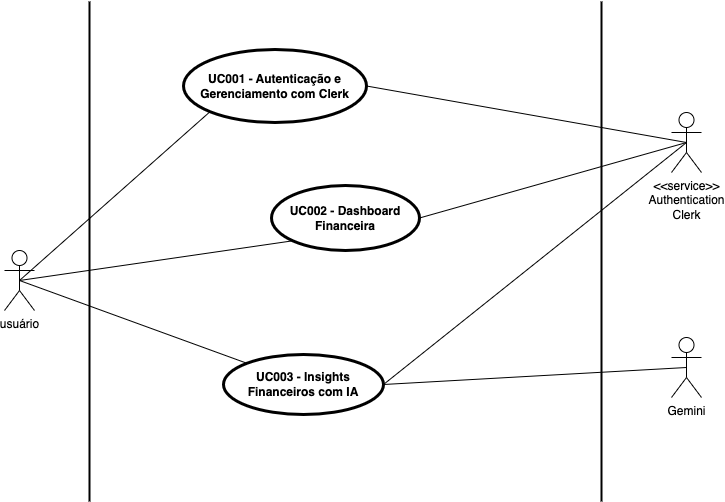
The draw.io diagram docs/uc_clerk_dashboard_gemini.png in GVBP/CatolicaSC-Portfolio, before a commit. Source tidied: cells renumbered, new cells last; positions are measured from the earlier drawing's top-left corner, leaving out a move shared by most shapes. Its diagram source:
```xml
<mxGraphModel>
  <root>
    <mxCell id="0" />
    <mxCell id="1" parent="0" />
    <mxCell id="2" style="rounded=0;jettySize=auto;html=1;exitX=0.5;exitY=0.5;exitDx=0;exitDy=0;exitPerimeter=0;entryX=0;entryY=1;entryDx=0;entryDy=0;endArrow=none;endFill=0;" parent="1" edge="1" source="4" target="11">
      <mxGeometry relative="1" as="geometry" />
    </mxCell>
    <mxCell id="3" style="rounded=0;jettySize=auto;html=1;exitX=0.5;exitY=0.5;exitDx=0;exitDy=0;exitPerimeter=0;entryX=0;entryY=1;entryDx=0;entryDy=0;endArrow=none;endFill=0;" parent="1" edge="1" source="4" target="12">
      <mxGeometry relative="1" as="geometry" />
    </mxCell>
    <mxCell id="4" value="usuário" style="shape=umlActor;html=1;verticalLabelPosition=bottom;verticalAlign=top;align=center;" parent="1" vertex="1">
      <mxGeometry y="249" width="30" height="60" as="geometry" />
    </mxCell>
    <mxCell id="5" style="rounded=0;jettySize=auto;html=1;exitX=0.5;exitY=0.5;exitDx=0;exitDy=0;exitPerimeter=0;entryX=1;entryY=0.5;entryDx=0;entryDy=0;endArrow=none;endFill=0;" parent="1" edge="1" source="8" target="11">
      <mxGeometry relative="1" as="geometry" />
    </mxCell>
    <mxCell id="6" style="rounded=0;jettySize=auto;html=1;exitX=0.5;exitY=0.5;exitDx=0;exitDy=0;exitPerimeter=0;entryX=1;entryY=0.5;entryDx=0;entryDy=0;endArrow=none;endFill=0;" parent="1" edge="1" source="8" target="13">
      <mxGeometry relative="1" as="geometry" />
    </mxCell>
    <mxCell id="7" style="rounded=0;jettySize=auto;html=1;exitX=0.5;exitY=0.5;exitDx=0;exitDy=0;exitPerimeter=0;entryX=1;entryY=0.5;entryDx=0;entryDy=0;endArrow=none;endFill=0;" parent="1" edge="1" source="8" target="12">
      <mxGeometry relative="1" as="geometry" />
    </mxCell>
    <mxCell id="8" value="&lt;div&gt;&amp;lt;&amp;lt;service&amp;gt;&amp;gt;&lt;/div&gt;&lt;div&gt;Authentication&lt;/div&gt;Clerk" style="shape=umlActor;html=1;verticalLabelPosition=bottom;verticalAlign=top;align=center;" parent="1" vertex="1">
      <mxGeometry x="667" y="111" width="30" height="60" as="geometry" />
    </mxCell>
    <mxCell id="9" style="line;strokeWidth=2;direction=south;html=1;" parent="1" vertex="1">
      <mxGeometry x="80" width="10" height="500" as="geometry" />
    </mxCell>
    <mxCell id="10" style="line;strokeWidth=2;direction=south;html=1;" parent="1" vertex="1">
      <mxGeometry x="592" width="10" height="500" as="geometry" />
    </mxCell>
    <mxCell id="11" value="UC001 - Autenticação e Gerenciamento com Clerk" style="shape=ellipse;html=1;strokeWidth=3;fontStyle=1;whiteSpace=wrap;align=center;perimeter=ellipsePerimeter;" parent="1" vertex="1">
      <mxGeometry x="179" y="48" width="183" height="73" as="geometry" />
    </mxCell>
    <mxCell id="12" value="UC002 - Dashboard Financeira" style="shape=ellipse;html=1;strokeWidth=3;fontStyle=1;whiteSpace=wrap;align=center;perimeter=ellipsePerimeter;" parent="1" vertex="1">
      <mxGeometry x="267" y="184" width="148" height="65" as="geometry" />
    </mxCell>
    <mxCell id="13" value="UC003 - Insights Financeiros com IA" style="shape=ellipse;html=1;strokeWidth=3;fontStyle=1;whiteSpace=wrap;align=center;perimeter=ellipsePerimeter;" parent="1" vertex="1">
      <mxGeometry x="219" y="353" width="160" height="60" as="geometry" />
    </mxCell>
    <mxCell id="14" style="rounded=0;jettySize=auto;html=1;exitX=0.5;exitY=0.5;exitDx=0;exitDy=0;exitPerimeter=0;entryX=0;entryY=0;entryDx=0;entryDy=0;endArrow=none;endFill=0;" parent="1" edge="1" source="4" target="13">
      <mxGeometry relative="1" as="geometry" />
    </mxCell>
    <mxCell id="15" style="rounded=0;jettySize=auto;html=1;exitX=0.5;exitY=0.5;exitDx=0;exitDy=0;exitPerimeter=0;entryX=1;entryY=0.5;entryDx=0;entryDy=0;endArrow=none;endFill=0;" parent="1" edge="1" source="16" target="13">
      <mxGeometry relative="1" as="geometry" />
    </mxCell>
    <mxCell id="16" value="Gemini" style="shape=umlActor;html=1;verticalLabelPosition=bottom;verticalAlign=top;align=center;" parent="1" vertex="1">
      <mxGeometry x="667" y="336" width="30" height="60" as="geometry" />
    </mxCell>
  </root>
</mxGraphModel>
```
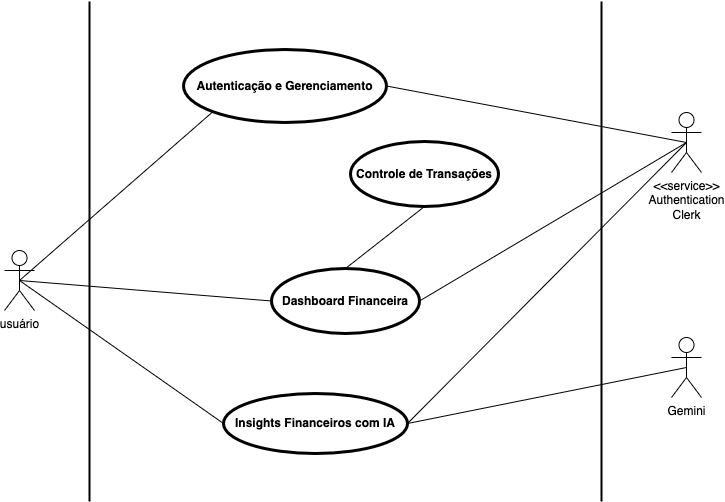
After the change.

The edit, as a diff of the source:
```diff
@@ -5,7 +5,7 @@
     <mxCell id="2" style="rounded=0;jettySize=auto;html=1;exitX=0.5;exitY=0.5;exitDx=0;exitDy=0;exitPerimeter=0;entryX=0;entryY=1;entryDx=0;entryDy=0;endArrow=none;endFill=0;" parent="1" edge="1" source="4" target="11">
       <mxGeometry relative="1" as="geometry" />
     </mxCell>
-    <mxCell id="3" style="rounded=0;jettySize=auto;html=1;exitX=0.5;exitY=0.5;exitDx=0;exitDy=0;exitPerimeter=0;entryX=0;entryY=1;entryDx=0;entryDy=0;endArrow=none;endFill=0;" parent="1" edge="1" source="4" target="12">
+    <mxCell id="3" style="rounded=0;jettySize=auto;html=1;exitX=0.5;exitY=0.5;exitDx=0;exitDy=0;exitPerimeter=0;entryX=0;entryY=0.5;entryDx=0;entryDy=0;endArrow=none;endFill=0;" parent="1" edge="1" source="4" target="12">
       <mxGeometry relative="1" as="geometry" />
     </mxCell>
     <mxCell id="4" value="usuário" style="shape=umlActor;html=1;verticalLabelPosition=bottom;verticalAlign=top;align=center;" parent="1" vertex="1">
@@ -29,16 +29,19 @@
     <mxCell id="10" style="line;strokeWidth=2;direction=south;html=1;" parent="1" vertex="1">
       <mxGeometry x="592" width="10" height="500" as="geometry" />
     </mxCell>
-    <mxCell id="11" value="UC001 - Autenticação e Gerenciamento com Clerk" style="shape=ellipse;html=1;strokeWidth=3;fontStyle=1;whiteSpace=wrap;align=center;perimeter=ellipsePerimeter;" parent="1" vertex="1">
-      <mxGeometry x="179" y="48" width="183" height="73" as="geometry" />
+    <mxCell id="11" value="Autenticação e Gerenciamento" style="shape=ellipse;html=1;strokeWidth=3;fontStyle=1;whiteSpace=wrap;align=center;perimeter=ellipsePerimeter;" parent="1" vertex="1">
+      <mxGeometry x="179" y="48" width="203" height="73" as="geometry" />
     </mxCell>
+    <mxCell id="17" style="rounded=0;jettySize=auto;html=1;exitX=0.5;exitY=0;exitDx=0;exitDy=0;entryX=0.5;entryY=1;entryDx=0;entryDy=0;endArrow=none;endFill=0;" parent="1" edge="1" source="12" target="18">
+      <mxGeometry relative="1" as="geometry" />
+    </mxCell>
-    <mxCell id="12" value="UC002 - Dashboard Financeira" style="shape=ellipse;html=1;strokeWidth=3;fontStyle=1;whiteSpace=wrap;align=center;perimeter=ellipsePerimeter;" parent="1" vertex="1">
-      <mxGeometry x="267" y="184" width="148" height="65" as="geometry" />
+    <mxCell id="12" value="Dashboard Financeira" style="shape=ellipse;html=1;strokeWidth=3;fontStyle=1;whiteSpace=wrap;align=center;perimeter=ellipsePerimeter;" parent="1" vertex="1">
+      <mxGeometry x="267" y="267" width="148" height="65" as="geometry" />
     </mxCell>
-    <mxCell id="13" value="UC003 - Insights Financeiros com IA" style="shape=ellipse;html=1;strokeWidth=3;fontStyle=1;whiteSpace=wrap;align=center;perimeter=ellipsePerimeter;" parent="1" vertex="1">
-      <mxGeometry x="219" y="353" width="160" height="60" as="geometry" />
+    <mxCell id="13" value="Insights Financeiros com IA" style="shape=ellipse;html=1;strokeWidth=3;fontStyle=1;whiteSpace=wrap;align=center;perimeter=ellipsePerimeter;" parent="1" vertex="1">
+      <mxGeometry x="219" y="392" width="184" height="60" as="geometry" />
     </mxCell>
-    <mxCell id="14" style="rounded=0;jettySize=auto;html=1;exitX=0.5;exitY=0.5;exitDx=0;exitDy=0;exitPerimeter=0;entryX=0;entryY=0;entryDx=0;entryDy=0;endArrow=none;endFill=0;" parent="1" edge="1" source="4" target="13">
+    <mxCell id="14" style="rounded=0;jettySize=auto;html=1;exitX=0.5;exitY=0.5;exitDx=0;exitDy=0;exitPerimeter=0;entryX=0;entryY=0.5;entryDx=0;entryDy=0;endArrow=none;endFill=0;" parent="1" edge="1" source="4" target="13">
       <mxGeometry relative="1" as="geometry" />
     </mxCell>
     <mxCell id="15" style="rounded=0;jettySize=auto;html=1;exitX=0.5;exitY=0.5;exitDx=0;exitDy=0;exitPerimeter=0;entryX=1;entryY=0.5;entryDx=0;entryDy=0;endArrow=none;endFill=0;" parent="1" edge="1" source="16" target="13">
@@ -47,5 +50,8 @@
     <mxCell id="16" value="Gemini" style="shape=umlActor;html=1;verticalLabelPosition=bottom;verticalAlign=top;align=center;" parent="1" vertex="1">
       <mxGeometry x="667" y="336" width="30" height="60" as="geometry" />
     </mxCell>
+    <mxCell id="18" value="Controle de Transações" style="shape=ellipse;html=1;strokeWidth=3;fontStyle=1;whiteSpace=wrap;align=center;perimeter=ellipsePerimeter;" parent="1" vertex="1">
+      <mxGeometry x="346" y="140" width="148" height="65" as="geometry" />
+    </mxCell>
   </root>
 </mxGraphModel>
```
